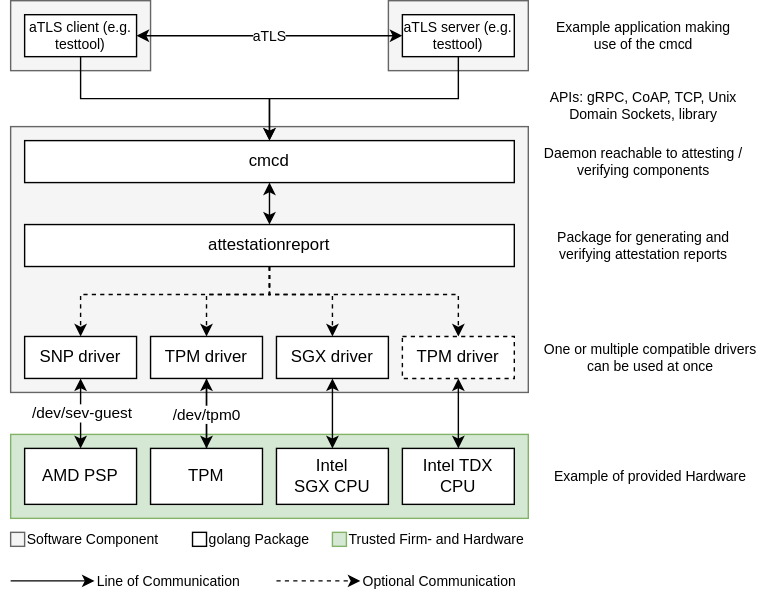
Fraunhofer-AISEC/cmc keeps this draw.io diagram as doc/overview.drawio.svg. Above is the earlier version. Source tidied: cells renumbered, new cells last; positions are measured from the earlier drawing's top-left corner, leaving out a move shared by most shapes.
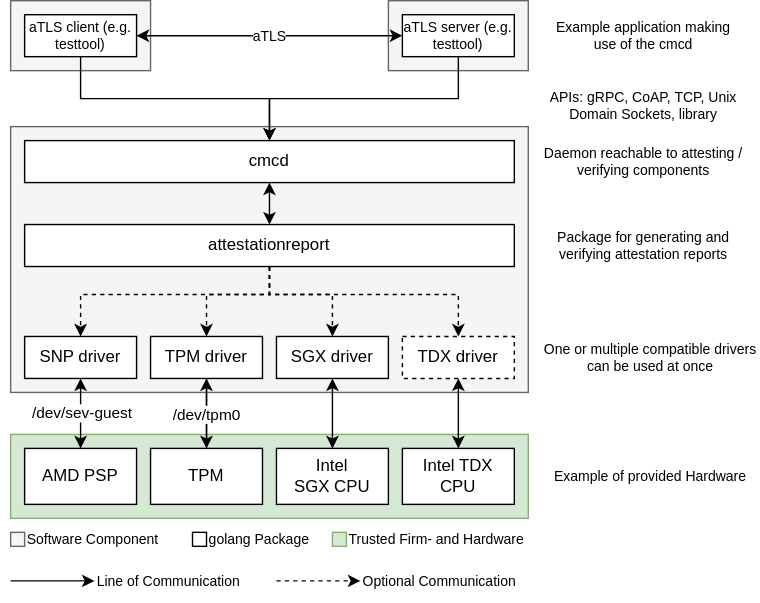
The same diagram one commit later.

What changed in the source:
```diff
@@ -51,7 +51,7 @@
     <mxCell id="14" value="TPM driver" style="rounded=0;whiteSpace=wrap;html=1;" parent="1" vertex="1">
       <mxGeometry x="100" y="240" width="80" height="30" as="geometry" />
     </mxCell>
-    <mxCell id="15" value="TPM driver" style="rounded=0;whiteSpace=wrap;html=1;dashed=1;" parent="1" vertex="1">
+    <mxCell id="15" value="TDX driver" style="rounded=0;whiteSpace=wrap;html=1;dashed=1;" parent="1" vertex="1">
       <mxGeometry x="280" y="240" width="80" height="30" as="geometry" />
     </mxCell>
     <mxCell id="16" value="One or multiple compatible drivers can be used at once" style="text;html=1;strokeColor=none;fillColor=none;align=center;verticalAlign=middle;whiteSpace=wrap;rounded=0;fontSize=10;" parent="1" vertex="1">
```
